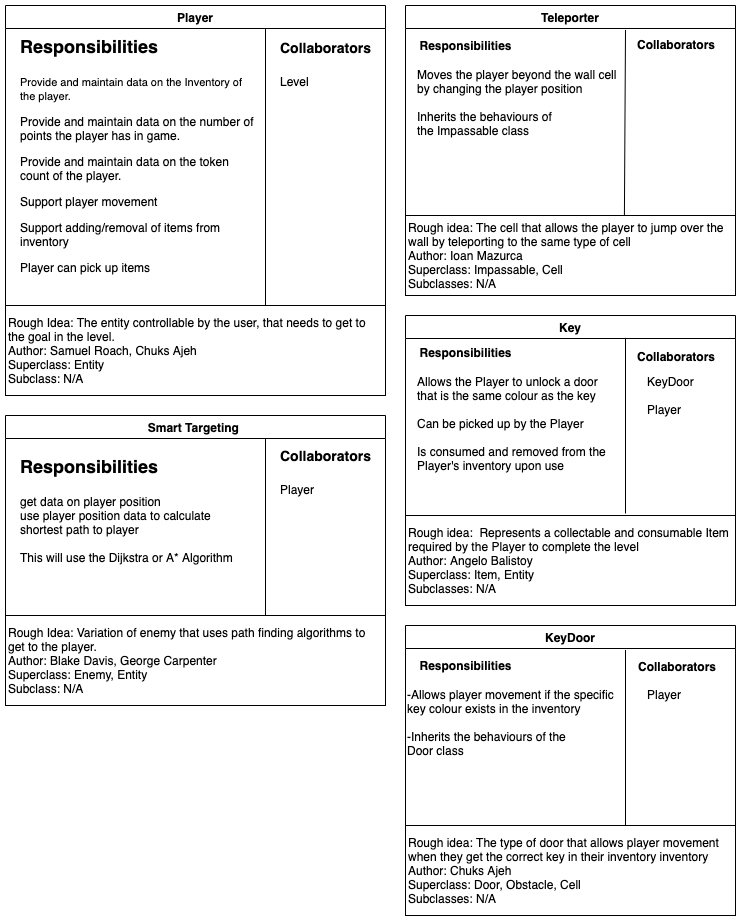
Before: Design Documents/CRC_Final.png, a diagram exported from draw.io (ChuksAjeh/CS-230). Source tidied: cells renumbered, new cells last; positions are measured from the earlier drawing's top-left corner, leaving out a move shared by most shapes.
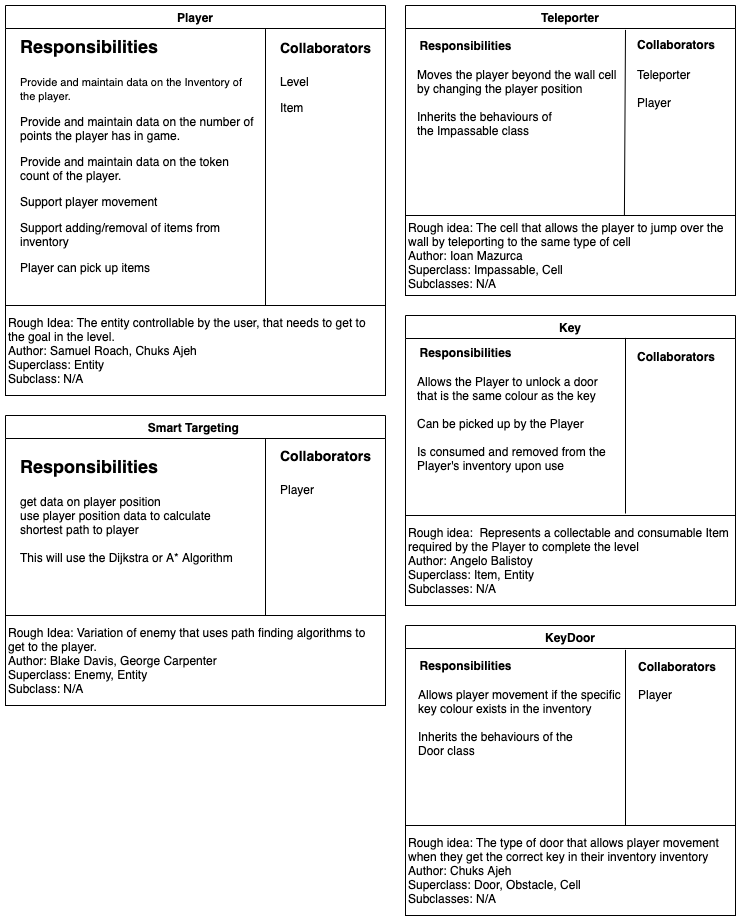
Later version of the same file.

Change to the diagram source:
```diff
@@ -14,7 +14,7 @@
     <mxCell id="4" value="&lt;h1&gt;&lt;font style=&quot;font-size: 18px&quot;&gt;Responsibilities&lt;/font&gt;&lt;/h1&gt;&lt;p&gt;&lt;font style=&quot;font-size: 11px&quot;&gt;Provide and maintain data on the Inventory of the player.&lt;/font&gt;&lt;/p&gt;&lt;p&gt;&lt;font style=&quot;font-size: 12px&quot;&gt;Provide and maintain data on the number of points the player has in game.&lt;/font&gt;&lt;/p&gt;&lt;p&gt;&lt;font style=&quot;font-size: 12px&quot;&gt;Provide and maintain data on the token count of the player.&amp;nbsp;&lt;/font&gt;&lt;/p&gt;&lt;p&gt;&lt;font style=&quot;font-size: 12px&quot;&gt;Support player movement&amp;nbsp;&lt;/font&gt;&lt;/p&gt;&lt;p&gt;&lt;font style=&quot;font-size: 12px&quot;&gt;Support adding/removal of items from inventory&amp;nbsp;&amp;nbsp;&lt;/font&gt;&lt;/p&gt;&lt;p&gt;Player can pick up items&amp;nbsp;&lt;/p&gt;" style="text;html=1;strokeColor=none;fillColor=none;spacing=5;spacingTop=-20;whiteSpace=wrap;overflow=hidden;rounded=0;" parent="2" vertex="1">
       <mxGeometry x="10" y="20" width="250" height="280" as="geometry" />
     </mxCell>
-    <mxCell id="5" value="&lt;h1&gt;&lt;font style=&quot;font-size: 14px&quot;&gt;Collaborators&lt;/font&gt;&lt;/h1&gt;&lt;p&gt;&lt;span&gt;Level&amp;nbsp;&lt;/span&gt;&lt;br&gt;&lt;/p&gt;" style="text;html=1;strokeColor=none;fillColor=none;spacing=5;spacingTop=-20;whiteSpace=wrap;overflow=hidden;rounded=0;" parent="2" vertex="1">
+    <mxCell id="5" value="&lt;h1&gt;&lt;font style=&quot;font-size: 14px&quot;&gt;Collaborators&lt;/font&gt;&lt;/h1&gt;&lt;p&gt;&lt;span&gt;Level&amp;nbsp;&lt;/span&gt;&lt;br&gt;&lt;/p&gt;&lt;p&gt;Item&lt;/p&gt;" style="text;html=1;strokeColor=none;fillColor=none;spacing=5;spacingTop=-20;whiteSpace=wrap;overflow=hidden;rounded=0;" parent="2" vertex="1">
       <mxGeometry x="270" y="20" width="110" height="272" as="geometry" />
     </mxCell>
     <mxCell id="6" value="Rough Idea: The entity controllable by the user, that needs to get to the goal in the level.&amp;nbsp;&lt;br&gt;Author: Samuel Roach, Chuks Ajeh&amp;nbsp;&lt;br&gt;Superclass: Entity&lt;br&gt;Subclass: N/A" style="rounded=0;whiteSpace=wrap;html=1;align=left;" parent="1" vertex="1">
@@ -47,9 +47,6 @@
     <mxCell id="14" value="&lt;b&gt;Collaborators&lt;/b&gt;" style="text;html=1;align=left;verticalAlign=top;spacingTop=-4;" parent="12" vertex="1">
       <mxGeometry x="230" y="32" width="90" height="20" as="geometry" />
     </mxCell>
-    <mxCell id="15" value="KeyDoor&lt;br&gt;&lt;br&gt;Player" style="text;html=1;align=left;verticalAlign=top;spacingTop=-4;" parent="12" vertex="1">
-      <mxGeometry x="240" y="57" width="60" height="40" as="geometry" />
-    </mxCell>
     <mxCell id="16" value="Allows the Player to unlock a door&amp;nbsp;&lt;br&gt;that is the same colour as the key&lt;br&gt;&lt;br&gt;Can be picked up by the Player&lt;br&gt;&lt;br&gt;Is consumed and removed from the&lt;br&gt;Player's inventory upon use" style="text;html=1;align=left;verticalAlign=top;spacingTop=-4;" parent="12" vertex="1">
       <mxGeometry x="10" y="57" width="200" height="100" as="geometry" />
     </mxCell>
@@ -76,6 +73,9 @@
     <mxCell id="22" value="Moves the player beyond the wall cell&lt;br&gt;by changing the player position&lt;br&gt;&lt;br&gt;Inherits the behaviours of&amp;nbsp;&lt;br&gt;the Impassable class" style="text;html=1;align=left;verticalAlign=top;spacingTop=-4;" parent="18" vertex="1">
       <mxGeometry x="10" y="60" width="210" height="70" as="geometry" />
     </mxCell>
+    <mxCell id="32" value="Teleporter&lt;br&gt;&lt;br&gt;Player" style="text;html=1;align=left;verticalAlign=top;spacingTop=-4;" parent="18" vertex="1">
+      <mxGeometry x="230" y="60" width="70" height="40" as="geometry" />
+    </mxCell>
     <mxCell id="23" value="Rough idea: The cell that allows the player to jump over the wall by teleporting to the same type of cell&amp;nbsp;&amp;nbsp;&lt;br&gt;Author: Ioan Mazurca&lt;br&gt;Superclass: Impassable, Cell&amp;nbsp;&lt;br&gt;Subclasses: N/A" style="rounded=0;whiteSpace=wrap;html=1;align=left;" parent="1" vertex="1">
       <mxGeometry x="400" y="210" width="330" height="80" as="geometry" />
     </mxCell>
@@ -98,10 +98,10 @@
       <mxGeometry x="231" y="32" width="90" height="20" as="geometry" />
     </mxCell>
     <mxCell id="29" value="Player" style="text;html=1;align=left;verticalAlign=top;spacingTop=-4;" parent="25" vertex="1">
-      <mxGeometry x="240" y="60" width="50" height="20" as="geometry" />
+      <mxGeometry x="231" y="60" width="50" height="20" as="geometry" />
     </mxCell>
-    <mxCell id="30" value="-Allows player movement if&amp;nbsp;the specific &lt;br&gt;key&amp;nbsp;colour exists in the inventory&lt;br&gt;&lt;br&gt;-Inherits the behaviours of the &lt;br&gt;Door class" style="text;html=1;align=left;verticalAlign=top;spacingTop=-4;" parent="25" vertex="1">
-      <mxGeometry y="60" width="220" height="70" as="geometry" />
+    <mxCell id="30" value="Allows player movement if&amp;nbsp;the specific &lt;br&gt;key&amp;nbsp;colour exists in the inventory&lt;br&gt;&lt;br&gt;Inherits the behaviours of the &lt;br&gt;Door class" style="text;html=1;align=left;verticalAlign=top;spacingTop=-4;" parent="25" vertex="1">
+      <mxGeometry x="11" y="60" width="220" height="70" as="geometry" />
     </mxCell>
     <mxCell id="31" value="&lt;span style=&quot;white-space: normal&quot;&gt;Rough idea: The type of door that allows player movement when they get the correct key in their inventory inventory&amp;nbsp;&amp;nbsp;&lt;/span&gt;&lt;br style=&quot;white-space: normal&quot;&gt;&lt;span style=&quot;white-space: normal&quot;&gt;Author: Chuks Ajeh&lt;/span&gt;&lt;br style=&quot;white-space: normal&quot;&gt;&lt;span style=&quot;white-space: normal&quot;&gt;Superclass: Door, Obstacle, Cell&amp;nbsp;&lt;/span&gt;&lt;br style=&quot;white-space: normal&quot;&gt;&lt;span style=&quot;white-space: normal&quot;&gt;Subclasses: N/A&lt;/span&gt;" style="rounded=0;whiteSpace=wrap;html=1;align=left;" parent="25" vertex="1">
       <mxGeometry y="200" width="330" height="90" as="geometry" />
```
